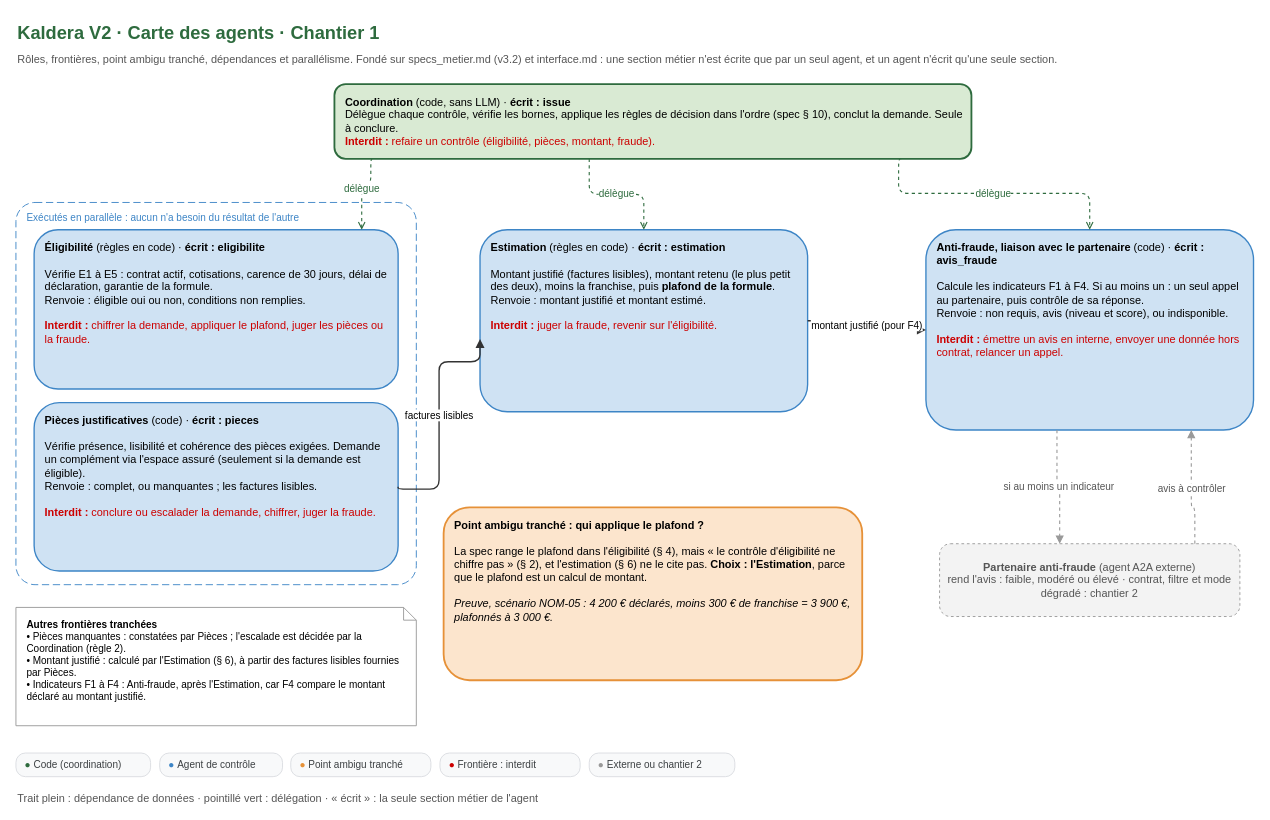
This is schemas/schema-1-carte-des-agents.drawio from Ganda15/kaldera-v2-conception, a draw.io file, before an edit. Source tidied: cells renumbered, new cells numbered last; positions are measured from the earlier drawing's top-left corner, leaving out a move shared by most shapes. Both pictures are drawn from the tidied source at 91%, with x=0, y=0 at pixel (15, 15).
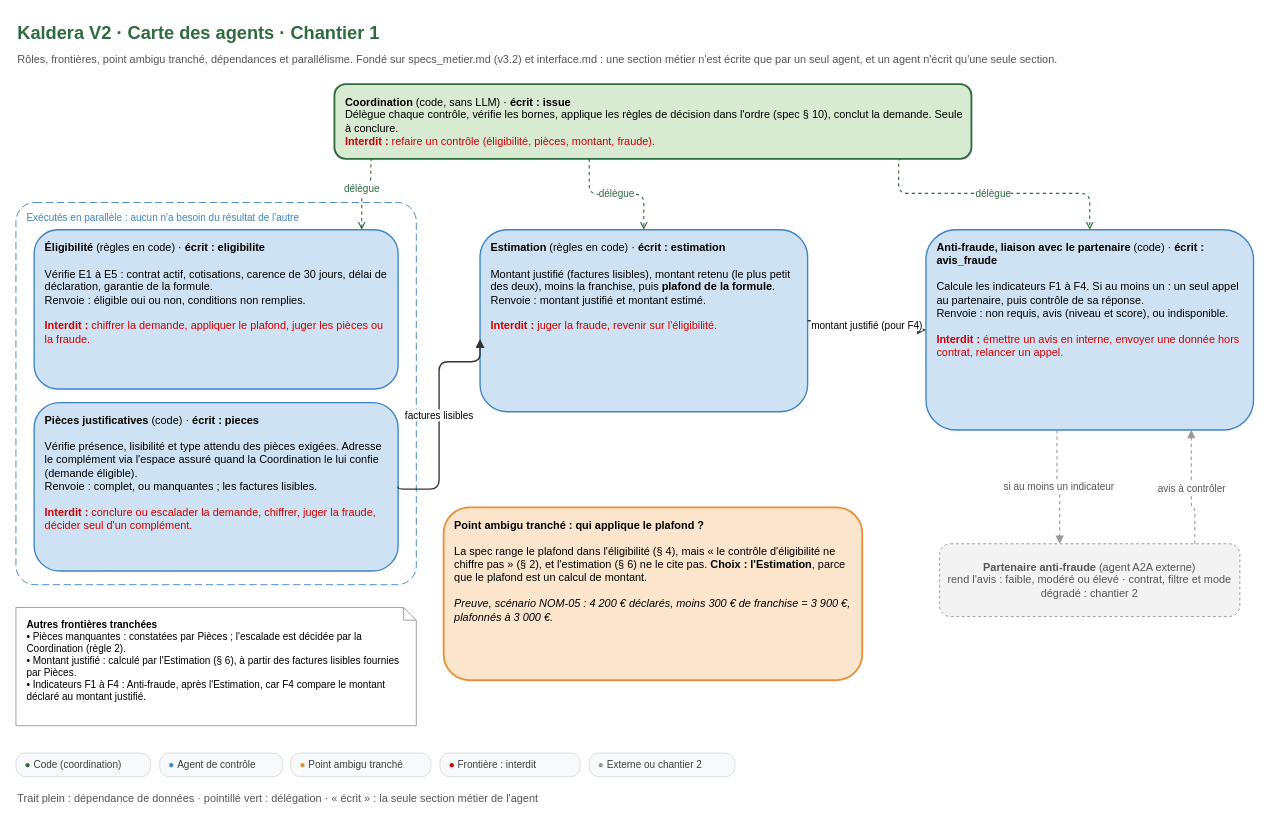
The same page after the edit.

The edit, as a diff of the source:
```diff
@@
-    <mxCell id="7" value="&lt;b&gt;Pièces justificatives&lt;/b&gt; (code) · &lt;b&gt;écrit : pieces&lt;/b&gt;&lt;br&gt;&lt;br&gt;Vérifie présence, lisibilité et cohérence des pièces exigées. Demande un complément via l'espace assuré (seulement si la demande est éligible).&lt;br&gt;Renvoie : complet, ou manquantes ; les factures lisibles.&lt;br&gt;&lt;br&gt;&lt;font color=&quot;#cc0000&quot;&gt;&lt;b&gt;Interdit :&lt;/b&gt; conclure ou escalader la demande, chiffrer, juger la fraude.&lt;/font&gt;" style="whiteSpace=wrap;html=1;fontFamily=Arial;fontSize=12;align=left;spacingLeft=10;spacingRight=8;verticalAlign=top;spacingTop=6;rounded=1;fillColor=#cfe2f3;strokeColor=#3d85c6;strokeWidth=1.5;" parent="1" vertex="1">
+    <mxCell id="7" value="&lt;b&gt;Pièces justificatives&lt;/b&gt; (code) · &lt;b&gt;écrit : pieces&lt;/b&gt;&lt;br&gt;&lt;br&gt;Vérifie présence, lisibilité et type attendu des pièces exigées. Adresse le complément via l'espace assuré quand la Coordination le lui confie (demande éligible).&lt;br&gt;Renvoie : complet, ou manquantes ; les factures lisibles.&lt;br&gt;&lt;br&gt;&lt;font color=&quot;#cc0000&quot;&gt;&lt;b&gt;Interdit :&lt;/b&gt; conclure ou escalader la demande, chiffrer, juger la fraude, décider seul d'un complément.&lt;/font&gt;" style="whiteSpace=wrap;html=1;fontFamily=Arial;fontSize=12;align=left;spacingLeft=10;spacingRight=8;verticalAlign=top;spacingTop=6;rounded=1;fillColor=#cfe2f3;strokeColor=#3d85c6;strokeWidth=1.5;" parent="1" vertex="1">
       <mxGeometry x="20" y="425" width="400" height="185" as="geometry" />
     </mxCell>
```
